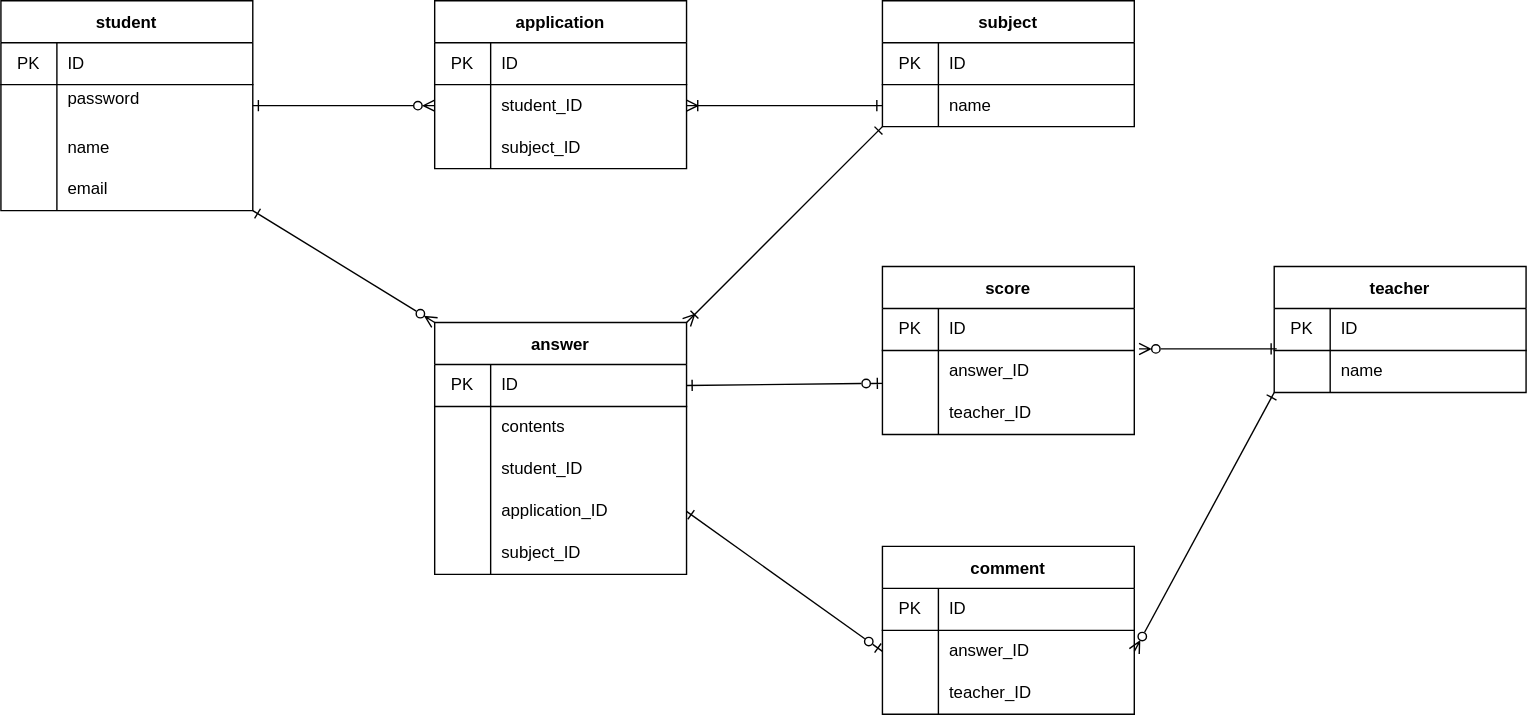
The draw.io diagram 20221016mizutani/er-practice.drawio.svg in TM-MZ/er-practice, before a commit. Source tidied: cells renumbered, new cells last; positions are measured from the earlier drawing's top-left corner, leaving out a move shared by most shapes.
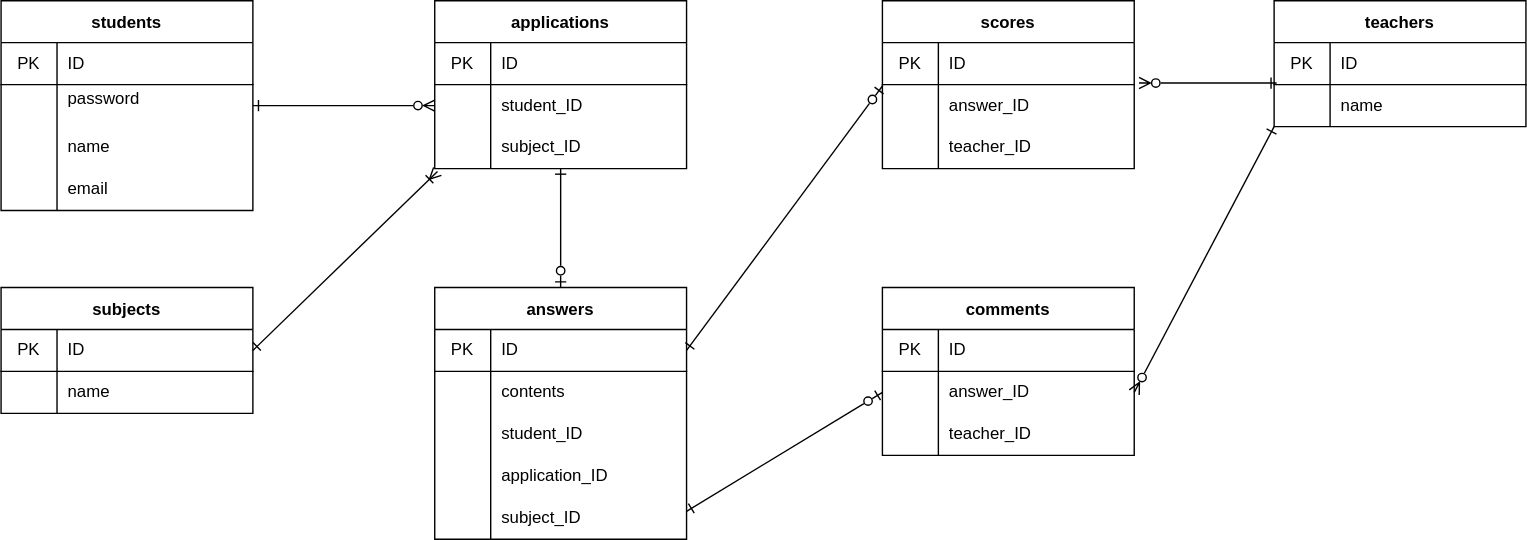
After the commit.

What changed in the source:
```diff
@@ -2,10 +2,7 @@
   <root>
     <mxCell id="0" />
     <mxCell id="1" parent="0" />
-    <mxCell id="2" style="edgeStyle=none;html=1;exitX=1;exitY=1;exitDx=0;exitDy=0;entryX=0;entryY=0;entryDx=0;entryDy=0;endArrow=ERzeroToMany;endFill=0;startArrow=ERone;startFill=0;" parent="1" edge="1" source="3" target="29">
-      <mxGeometry relative="1" as="geometry" />
-    </mxCell>
-    <mxCell id="3" value="student" style="shape=table;startSize=30;rowLines=0;fontStyle=1;align=center;" parent="1" vertex="1">
+    <mxCell id="3" value="students" style="shape=table;startSize=30;rowLines=0;fontStyle=1;align=center;" parent="1" vertex="1">
       <mxGeometry width="180" height="150" as="geometry" />
     </mxCell>
     <mxCell id="4" style="shape=partialRectangle;html=1;whiteSpace=wrap;fillColor=none;top=0;left=0;bottom=1;right=0;" parent="3" vertex="1">
@@ -44,10 +41,10 @@
     <mxCell id="15" value="email" style="shape=partialRectangle;html=1;whiteSpace=wrap;fillColor=none;top=0;left=0;bottom=0;right=0;align=left;spacingLeft=6;overflow=hidden;" parent="13" vertex="1">
       <mxGeometry x="40" width="140" height="30" as="geometry" />
     </mxCell>
-    <mxCell id="16" style="edgeStyle=none;html=1;entryX=0;entryY=0.5;entryDx=0;entryDy=0;exitX=1;exitY=0.5;exitDx=0;exitDy=0;endArrow=ERone;endFill=0;startArrow=ERoneToMany;startFill=0;" parent="1" edge="1" source="21" target="80">
+    <mxCell id="16" style="edgeStyle=none;html=1;entryX=1;entryY=0.5;entryDx=0;entryDy=0;exitX=0.011;exitY=1.067;exitDx=0;exitDy=0;endArrow=ERone;endFill=0;startArrow=ERoneToMany;startFill=0;exitPerimeter=0;" parent="1" edge="1" source="24" target="77">
       <mxGeometry relative="1" as="geometry" />
     </mxCell>
-    <mxCell id="17" value="application" style="shape=table;startSize=30;rowLines=0;fontStyle=1;align=center;" parent="1" vertex="1">
+    <mxCell id="17" value="applications" style="shape=table;startSize=30;rowLines=0;fontStyle=1;align=center;" parent="1" vertex="1">
       <mxGeometry x="310" width="180" height="120" as="geometry" />
     </mxCell>
     <mxCell id="18" style="shape=partialRectangle;html=1;whiteSpace=wrap;fillColor=none;top=0;left=0;bottom=1;right=0;" parent="17" vertex="1">
@@ -77,14 +74,14 @@
     <mxCell id="26" value="subject_ID" style="shape=partialRectangle;html=1;whiteSpace=wrap;fillColor=none;top=0;left=0;bottom=0;right=0;align=left;spacingLeft=6;overflow=hidden;" parent="24" vertex="1">
       <mxGeometry x="40" width="140" height="30" as="geometry" />
     </mxCell>
-    <mxCell id="27" style="edgeStyle=none;html=1;entryX=1;entryY=0;entryDx=0;entryDy=0;exitX=0;exitY=1;exitDx=0;exitDy=0;startArrow=ERone;startFill=0;endArrow=ERoneToMany;endFill=0;" parent="1" edge="1" source="76" target="29">
-      <mxGeometry relative="1" as="geometry" />
-    </mxCell>
-    <mxCell id="28" style="edgeStyle=none;html=1;exitX=1;exitY=0.5;exitDx=0;exitDy=0;entryX=0.002;entryY=0.782;entryDx=0;entryDy=0;entryPerimeter=0;endArrow=ERzeroToOne;endFill=0;startArrow=ERone;startFill=0;" parent="1" edge="1" source="30" target="49">
+    <mxCell id="28" style="edgeStyle=none;html=1;exitX=1;exitY=0.5;exitDx=0;exitDy=0;entryX=0;entryY=0.033;entryDx=0;entryDy=0;entryPerimeter=0;endArrow=ERzeroToOne;endFill=0;startArrow=ERone;startFill=0;" parent="1" edge="1" source="30" target="49">
       <mxGeometry relative="1" as="geometry" />
     </mxCell>
+    <mxCell id="83" style="edgeStyle=none;html=1;endArrow=ERone;endFill=0;startArrow=ERzeroToOne;startFill=0;" parent="1" edge="1" source="29" target="24">
+      <mxGeometry relative="1" as="geometry" />
+    </mxCell>
-    <mxCell id="29" value="answer" style="shape=table;startSize=30;rowLines=0;fontStyle=1;align=center;" parent="1" vertex="1">
-      <mxGeometry x="310" y="230" width="180" height="180" as="geometry" />
+    <mxCell id="29" value="answers" style="shape=table;startSize=30;rowLines=0;fontStyle=1;align=center;" parent="1" vertex="1">
+      <mxGeometry x="310" y="205" width="180" height="180" as="geometry" />
     </mxCell>
     <mxCell id="30" style="shape=partialRectangle;html=1;whiteSpace=wrap;fillColor=none;top=0;left=0;bottom=1;right=0;points=[[0,0.5],[1,0.5]];portConstraint=eastwest;" parent="29" vertex="1">
       <mxGeometry y="30" width="180" height="30" as="geometry" />
@@ -131,8 +128,8 @@
     <mxCell id="44" value="subject_ID" style="shape=partialRectangle;html=1;whiteSpace=wrap;fillColor=none;top=0;left=0;bottom=0;right=0;align=left;spacingLeft=6;overflow=hidden;" parent="42" vertex="1">
       <mxGeometry x="40" width="140" height="30" as="geometry" />
     </mxCell>
-    <mxCell id="45" value="score" style="shape=table;startSize=30;rowLines=0;fontStyle=1;align=center;" parent="1" vertex="1">
-      <mxGeometry x="630" y="190" width="180" height="120" as="geometry" />
+    <mxCell id="45" value="scores" style="shape=table;startSize=30;rowLines=0;fontStyle=1;align=center;" parent="1" vertex="1">
+      <mxGeometry x="630" width="180" height="120" as="geometry" />
     </mxCell>
     <mxCell id="46" style="shape=partialRectangle;html=1;whiteSpace=wrap;fillColor=none;top=0;left=0;bottom=1;right=0;" parent="45" vertex="1">
       <mxGeometry y="30" width="180" height="30" as="geometry" />
@@ -166,8 +163,8 @@
         <mxPoint x="490" y="365" as="targetPoint" />
       </mxGeometry>
     </mxCell>
-    <mxCell id="56" value="comment" style="shape=table;startSize=30;rowLines=0;fontStyle=1;align=center;" parent="1" vertex="1">
-      <mxGeometry x="630" y="390" width="180" height="120" as="geometry" />
+    <mxCell id="56" value="comments" style="shape=table;startSize=30;rowLines=0;fontStyle=1;align=center;" parent="1" vertex="1">
+      <mxGeometry x="630" y="205" width="180" height="120" as="geometry" />
     </mxCell>
     <mxCell id="57" style="shape=partialRectangle;html=1;whiteSpace=wrap;fillColor=none;top=0;left=0;bottom=1;right=0;" parent="56" vertex="1">
       <mxGeometry y="30" width="180" height="30" as="geometry" />
@@ -196,8 +193,8 @@
     <mxCell id="65" value="teacher_ID" style="shape=partialRectangle;html=1;whiteSpace=wrap;fillColor=none;top=0;left=0;bottom=0;right=0;align=left;spacingLeft=6;overflow=hidden;" parent="63" vertex="1">
       <mxGeometry x="40" width="140" height="30" as="geometry" />
     </mxCell>
-    <mxCell id="66" value="teacher" style="shape=table;startSize=30;rowLines=0;fontStyle=1;align=center;" parent="1" vertex="1">
-      <mxGeometry x="910" y="190" width="180" height="90" as="geometry" />
+    <mxCell id="66" value="teachers" style="shape=table;startSize=30;rowLines=0;fontStyle=1;align=center;" parent="1" vertex="1">
+      <mxGeometry x="910" width="180" height="90" as="geometry" />
     </mxCell>
     <mxCell id="67" style="shape=partialRectangle;html=1;whiteSpace=wrap;fillColor=none;top=0;left=0;bottom=1;right=0;" parent="66" vertex="1">
       <mxGeometry y="30" width="180" height="30" as="geometry" />
@@ -226,8 +223,8 @@
     <mxCell id="75" style="edgeStyle=none;html=1;entryX=0;entryY=1;entryDx=0;entryDy=0;exitX=1;exitY=0.5;exitDx=0;exitDy=0;endArrow=ERone;endFill=0;startArrow=ERzeroToMany;startFill=0;" parent="1" edge="1" source="60" target="66">
       <mxGeometry relative="1" as="geometry" />
     </mxCell>
-    <mxCell id="76" value="subject" style="shape=table;startSize=30;rowLines=0;fontStyle=1;align=center;" parent="1" vertex="1">
-      <mxGeometry x="630" width="180" height="90" as="geometry" />
+    <mxCell id="76" value="subjects" style="shape=table;startSize=30;rowLines=0;fontStyle=1;align=center;" parent="1" vertex="1">
+      <mxGeometry y="205" width="180" height="90" as="geometry" />
     </mxCell>
     <mxCell id="77" style="shape=partialRectangle;html=1;whiteSpace=wrap;fillColor=none;top=0;left=0;bottom=1;right=0;points=[[0,0.5],[1,0.5]];portConstraint=eastwest;" parent="76" vertex="1">
       <mxGeometry y="30" width="180" height="30" as="geometry" />
```
